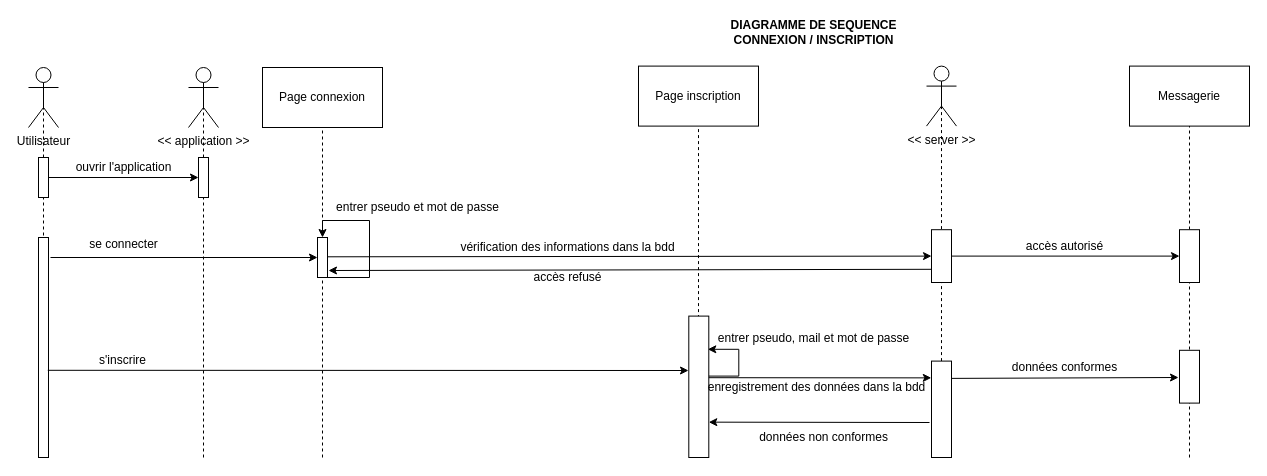
Before: Documents/diagramme_sequence.drawio in Erwan8989/Projet_Android, a draw.io diagram. Source tidied: cells renumbered, new cells numbered last; positions are measured from the earlier drawing's top-left corner, leaving out a move shared by most shapes. Both pictures are drawn from the tidied source at 100%, with x=0, y=0 at pixel (28, 17).
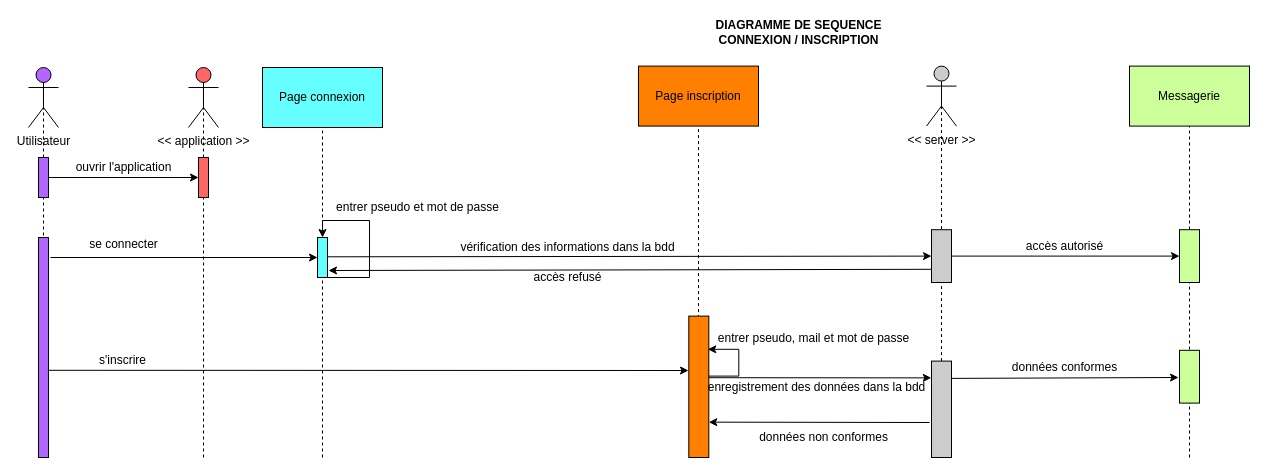
Above is the later version.

Commit message:
Ajout couleurs diagramme de séquence

What changed in the source:
```diff
@@
-    <mxCell id="3" value="Utilisateur" style="shape=umlActor;verticalLabelPosition=bottom;verticalAlign=top;html=1;outlineConnect=0;" parent="1" vertex="1">
+    <mxCell id="3" value="Utilisateur" style="shape=umlActor;verticalLabelPosition=bottom;verticalAlign=top;html=1;outlineConnect=0;fillColor=#B266FF;" parent="1" vertex="1">
       <mxGeometry y="50" width="30" height="60" as="geometry" />
     </mxCell>
-    <mxCell id="4" style="endArrow=none;dashed=1;html=1;entryX=0.5;entryY=0.5;entryDx=0;entryDy=0;entryPerimeter=0;" parent="1" edge="1" target="3">
+    <mxCell id="4" style="endArrow=none;dashed=1;html=1;entryX=0.5;entryY=0.5;entryDx=0;entryDy=0;entryPerimeter=0;fillColor=#B266FF;" parent="1" edge="1" target="3">
       <mxGeometry relative="1" as="geometry">
         <mxPoint x="15" y="380" as="sourcePoint" />
       </mxGeometry>
     </mxCell>
-    <mxCell id="5" style="rounded=0;whiteSpace=wrap;html=1;" parent="1" vertex="1">
+    <mxCell id="5" style="rounded=0;whiteSpace=wrap;html=1;fillColor=#B266FF;" parent="1" vertex="1">
       <mxGeometry x="10" y="140" width="10" height="40" as="geometry" />
     </mxCell>
@@
-    <mxCell id="8" value="&amp;lt;&amp;lt; application &amp;gt;&amp;gt;" style="shape=umlActor;verticalLabelPosition=bottom;verticalAlign=top;html=1;outlineConnect=0;" parent="1" vertex="1">
+    <mxCell id="8" value="&amp;lt;&amp;lt; application &amp;gt;&amp;gt;" style="shape=umlActor;verticalLabelPosition=bottom;verticalAlign=top;html=1;outlineConnect=0;fillColor=#FF6666;" parent="1" vertex="1">
       <mxGeometry x="160" y="50" width="30" height="60" as="geometry" />
     </mxCell>
-    <mxCell id="9" style="rounded=0;whiteSpace=wrap;html=1;" parent="1" vertex="1">
+    <mxCell id="9" style="rounded=0;whiteSpace=wrap;html=1;fillColor=#FF6666;" parent="1" vertex="1">
       <mxGeometry x="170" y="140" width="10" height="40" as="geometry" />
     </mxCell>
-    <mxCell id="10" value="Page connexion" style="rounded=0;whiteSpace=wrap;html=1;" parent="1" vertex="1">
+    <mxCell id="10" value="Page connexion" style="rounded=0;whiteSpace=wrap;html=1;fillColor=#66FFFF;" parent="1" vertex="1">
       <mxGeometry x="234" y="50" width="120" height="60" as="geometry" />
     </mxCell>
@@
-    <mxCell id="14" style="rounded=0;whiteSpace=wrap;html=1;" parent="1" vertex="1">
+    <mxCell id="14" style="rounded=0;whiteSpace=wrap;html=1;fillColor=#B266FF;" parent="1" vertex="1">
       <mxGeometry x="10" y="220" width="10" height="220" as="geometry" />
     </mxCell>
@@
-    <mxCell id="17" style="edgeStyle=orthogonalEdgeStyle;rounded=0;orthogonalLoop=1;jettySize=auto;html=1;exitX=1;exitY=0.25;exitDx=0;exitDy=0;entryX=0.5;entryY=0;entryDx=0;entryDy=0;" parent="1" edge="1" source="18" target="18">
+    <mxCell id="17" style="edgeStyle=orthogonalEdgeStyle;rounded=0;orthogonalLoop=1;jettySize=auto;html=1;exitX=1;exitY=0.25;exitDx=0;exitDy=0;entryX=0.5;entryY=0;entryDx=0;entryDy=0;fillColor=#66FFFF;" parent="1" edge="1" source="18" target="18">
       <mxGeometry relative="1" as="geometry">
         <Array as="points">
           <mxPoint x="299" y="260" />
           <mxPoint x="341" y="260" />
           <mxPoint x="341" y="203" />
           <mxPoint x="294" y="203" />
         </Array>
       </mxGeometry>
     </mxCell>
-    <mxCell id="18" style="rounded=0;whiteSpace=wrap;html=1;" parent="1" vertex="1">
+    <mxCell id="18" style="rounded=0;whiteSpace=wrap;html=1;fillColor=#66FFFF;" parent="1" vertex="1">
       <mxGeometry x="289" y="220" width="10" height="40" as="geometry" />
     </mxCell>
@@
-    <mxCell id="20" value="Page inscription" style="rounded=0;whiteSpace=wrap;html=1;" parent="1" vertex="1">
+    <mxCell id="20" value="Page inscription" style="rounded=0;whiteSpace=wrap;html=1;fillColor=#FF8000;" parent="1" vertex="1">
       <mxGeometry x="610" y="48.6" width="120" height="60" as="geometry" />
     </mxCell>
-    <mxCell id="21" style="endArrow=none;dashed=1;html=1;entryX=0.5;entryY=1;entryDx=0;entryDy=0;startArrow=none;" parent="1" edge="1" target="20">
+    <mxCell id="21" style="endArrow=none;dashed=1;html=1;entryX=0.5;entryY=1;entryDx=0;entryDy=0;startArrow=none;fillColor=#FF8000;" parent="1" edge="1" target="20">
       <mxGeometry relative="1" as="geometry">
         <mxPoint x="670" y="378.6" as="sourcePoint" />
       </mxGeometry>
     </mxCell>
-    <mxCell id="22" style="edgeStyle=orthogonalEdgeStyle;rounded=0;orthogonalLoop=1;jettySize=auto;html=1;exitX=1;exitY=0.25;exitDx=0;exitDy=0;entryX=1;entryY=0.25;entryDx=0;entryDy=0;" parent="1" edge="1">
+    <mxCell id="22" style="edgeStyle=orthogonalEdgeStyle;rounded=0;orthogonalLoop=1;jettySize=auto;html=1;exitX=1;exitY=0.25;exitDx=0;exitDy=0;entryX=1;entryY=0.25;entryDx=0;entryDy=0;fillColor=#FF8000;" parent="1" edge="1">
       <mxGeometry relative="1" as="geometry">
         <mxPoint x="679.3" y="331.8" as="sourcePoint" />
         <mxPoint x="679.3" y="331.8" as="targetPoint" />
         <Array as="points">
           <mxPoint x="669.3" y="358.6" />
           <mxPoint x="710.3" y="358.6" />
           <mxPoint x="710.3" y="328.6" />
         </Array>
       </mxGeometry>
     </mxCell>
-    <mxCell id="23" style="rounded=0;whiteSpace=wrap;html=1;" parent="1" vertex="1">
+    <mxCell id="23" style="rounded=0;whiteSpace=wrap;html=1;fillColor=#FF8000;" parent="1" vertex="1">
       <mxGeometry x="660.3" y="298.6" width="20" height="141.4" as="geometry" />
     </mxCell>
@@
     <mxCell id="25" value="&lt;b&gt;DIAGRAMME DE SEQUENCE&lt;br&gt;CONNEXION / INSCRIPTION&lt;/b&gt;" style="text;html=1;align=center;verticalAlign=middle;strokeColor=none;fillColor=none;" parent="1" vertex="1">
-      <mxGeometry x="695.3" width="180" height="30" as="geometry" />
+      <mxGeometry x="680.3" width="180" height="30" as="geometry" />
     </mxCell>
-    <mxCell id="26" value="&amp;lt;&amp;lt; server &amp;gt;&amp;gt;" style="shape=umlActor;verticalLabelPosition=bottom;verticalAlign=top;html=1;outlineConnect=0;" parent="1" vertex="1">
+    <mxCell id="26" value="&amp;lt;&amp;lt; server &amp;gt;&amp;gt;" style="shape=umlActor;verticalLabelPosition=bottom;verticalAlign=top;html=1;outlineConnect=0;fillColor=#CCCCCC;" parent="1" vertex="1">
       <mxGeometry x="898" y="48.6" width="30" height="60" as="geometry" />
     </mxCell>
@@
-    <mxCell id="29" style="endArrow=none;dashed=1;html=1;startArrow=none;entryX=0.5;entryY=0.5;entryDx=0;entryDy=0;entryPerimeter=0;" parent="1" edge="1" source="40" target="26">
+    <mxCell id="29" style="endArrow=none;dashed=1;html=1;startArrow=none;entryX=0.5;entryY=0.5;entryDx=0;entryDy=0;entryPerimeter=0;fillColor=#CCCCCC;" parent="1" edge="1" source="40" target="26">
       <mxGeometry relative="1" as="geometry" />
     </mxCell>
-    <mxCell id="30" style="rounded=0;whiteSpace=wrap;html=1;" parent="1" vertex="1">
+    <mxCell id="30" style="rounded=0;whiteSpace=wrap;html=1;fillColor=#CCCCCC;" parent="1" vertex="1">
       <mxGeometry x="903" y="212.2" width="20" height="52.8" as="geometry" />
     </mxCell>
-    <mxCell id="31" value="Messagerie" style="rounded=0;whiteSpace=wrap;html=1;" parent="1" vertex="1">
+    <mxCell id="31" value="Messagerie" style="rounded=0;whiteSpace=wrap;html=1;fillColor=#CCFF99;" parent="1" vertex="1">
       <mxGeometry x="1101" y="48.6" width="120" height="60" as="geometry" />
     </mxCell>
@@
-    <mxCell id="34" style="rounded=0;whiteSpace=wrap;html=1;" parent="1" vertex="1">
+    <mxCell id="34" style="rounded=0;whiteSpace=wrap;html=1;fillColor=#CCFF99;" parent="1" vertex="1">
       <mxGeometry x="1151" y="212.2" width="20" height="52.8" as="geometry" />
     </mxCell>
@@
-    <mxCell id="40" style="rounded=0;whiteSpace=wrap;html=1;" parent="1" vertex="1">
+    <mxCell id="40" style="rounded=0;whiteSpace=wrap;html=1;fillColor=#CCCCCC;" parent="1" vertex="1">
       <mxGeometry x="903" y="343.6" width="20" height="96.4" as="geometry" />
     </mxCell>
@@
-    <mxCell id="43" style="rounded=0;whiteSpace=wrap;html=1;" parent="1" vertex="1">
+    <mxCell id="43" style="rounded=0;whiteSpace=wrap;html=1;fillColor=#CCFF99;" parent="1" vertex="1">
       <mxGeometry x="1151" y="332.8" width="20" height="52.8" as="geometry" />
     </mxCell>
```
